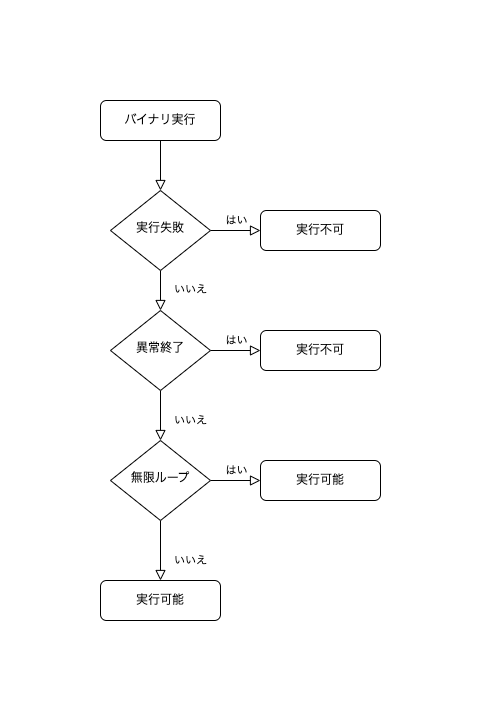
Earlier version of the draw.io export thesis/img/execflow.png (obashun22/master-graduation-thesis). Source tidied: cells renumbered, new cells last; positions are measured from the earlier drawing's top-left corner, leaving out a move shared by most shapes.
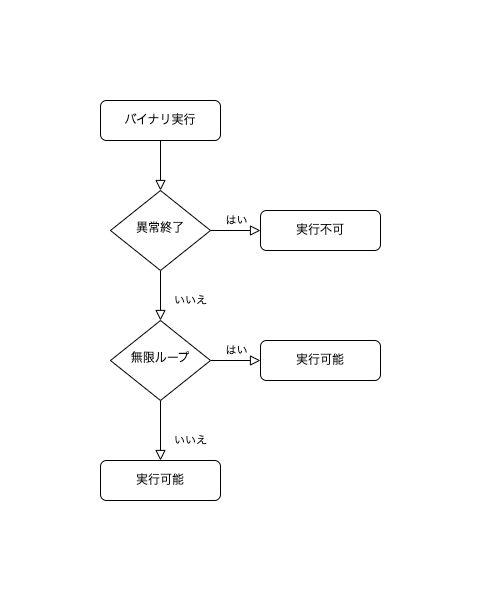
The same diagram one commit later.

What changed in the source:
```diff
@@ -2,24 +2,14 @@
   <root>
     <mxCell id="0" />
     <mxCell id="1" parent="0" />
-    <mxCell id="2" style="rounded=0;html=1;jettySize=auto;fontSize=11;endArrow=block;endFill=0;endSize=8;strokeWidth=1;shadow=0;labelBackgroundColor=none;edgeStyle=orthogonalEdgeStyle;" parent="1" edge="1" source="3" target="6">
-      <mxGeometry relative="1" as="geometry" />
+    <mxCell id="2" style="rounded=0;html=1;jettySize=auto;fontSize=11;endArrow=block;endFill=0;endSize=8;strokeWidth=1;shadow=0;labelBackgroundColor=none;edgeStyle=orthogonalEdgeStyle;" parent="1" edge="1" source="3">
+      <mxGeometry relative="1" as="geometry">
+        <mxPoint x="60" y="210" as="targetPoint" />
+      </mxGeometry>
     </mxCell>
     <mxCell id="3" value="バイナリ実行" style="rounded=1;whiteSpace=wrap;html=1;fontSize=12;glass=0;strokeWidth=1;shadow=0;" parent="1" vertex="1">
-      <mxGeometry width="120" height="40" as="geometry" />
+      <mxGeometry y="120" width="120" height="40" as="geometry" />
     </mxCell>
-    <mxCell id="4" value="いいえ" style="rounded=0;html=1;jettySize=auto;fontSize=11;endArrow=block;endFill=0;endSize=8;strokeWidth=1;shadow=0;labelBackgroundColor=none;edgeStyle=orthogonalEdgeStyle;" parent="1" edge="1" source="6" target="10">
-      <mxGeometry x="-0.05" y="30" relative="1" as="geometry" />
-    </mxCell>
-    <mxCell id="5" value="はい" style="edgeStyle=orthogonalEdgeStyle;rounded=0;html=1;jettySize=auto;fontSize=11;endArrow=block;endFill=0;endSize=8;strokeWidth=1;shadow=0;labelBackgroundColor=none;" parent="1" edge="1" source="6" target="7">
-      <mxGeometry y="10" relative="1" as="geometry" />
-    </mxCell>
-    <mxCell id="6" value="実行失敗" style="rhombus;whiteSpace=wrap;html=1;shadow=0;fontFamily=Helvetica;fontSize=12;align=center;strokeWidth=1;spacing=6;spacingTop=-4;" parent="1" vertex="1">
-      <mxGeometry x="10" y="90" width="100" height="80" as="geometry" />
-    </mxCell>
-    <mxCell id="7" value="実行不可" style="rounded=1;whiteSpace=wrap;html=1;fontSize=12;glass=0;strokeWidth=1;shadow=0;" parent="1" vertex="1">
-      <mxGeometry x="160" y="110" width="120" height="40" as="geometry" />
-    </mxCell>
     <mxCell id="8" value="いいえ" style="rounded=0;html=1;jettySize=auto;fontSize=11;endArrow=block;endFill=0;endSize=8;strokeWidth=1;shadow=0;labelBackgroundColor=none;edgeStyle=orthogonalEdgeStyle;" parent="1" edge="1" source="10">
       <mxGeometry x="0.2" y="30" relative="1" as="geometry">
         <mxPoint x="60" y="340" as="targetPoint" />
```
